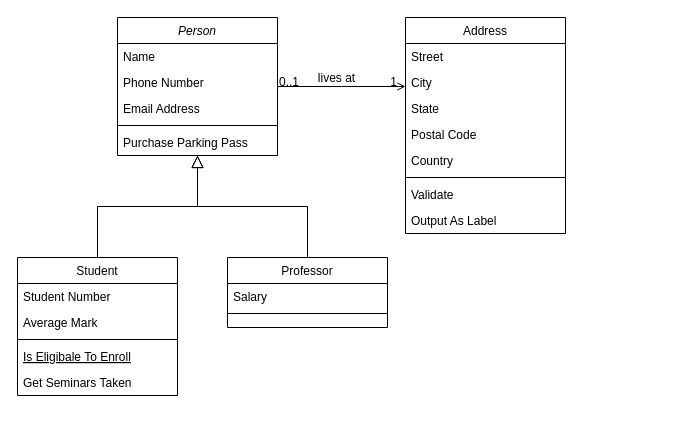
Earlier version of the draw.io diagram KlassediagramSystemutvikling.drawio (Beornus/Systemutvikling). Source tidied: cells renumbered, new cells numbered last; positions are measured from the earlier drawing's top-left corner, leaving out a move shared by most shapes. Both pictures are drawn from the tidied source at 100%, with x=0, y=0 at pixel (17, 17).
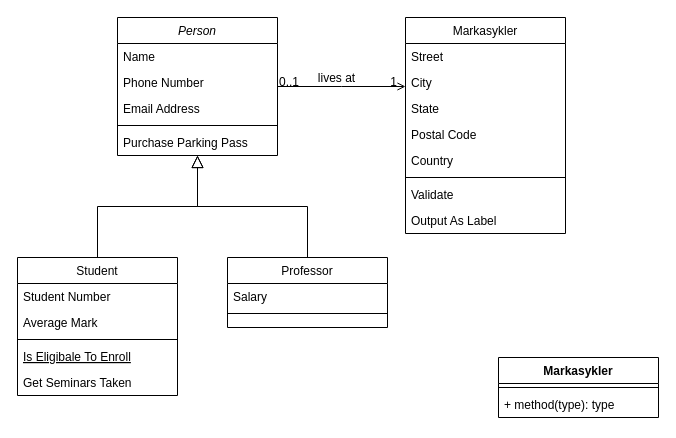
The same diagram, later.

What changed in the source:
```diff
@@
-    <mxCell id="19" value="Address" style="swimlane;fontStyle=0;align=center;verticalAlign=top;horizontal=1;startSize=26;rounded=0;shadow=0;strokeWidth=1;" parent="1" vertex="1">
+    <mxCell id="19" value="Markasykler" style="swimlane;fontStyle=0;align=center;verticalAlign=top;horizontal=1;startSize=26;rounded=0;shadow=0;strokeWidth=1;" parent="1" vertex="1">
       <mxGeometry x="388" width="160" height="216" as="geometry" />
     </mxCell>
@@
+    <mxCell id="32" value="Markasykler" style="swimlane;fontStyle=1;align=center;verticalAlign=top;horizontal=1;startSize=26;" parent="1" vertex="1">
+      <mxGeometry x="481" y="340" width="160" height="60" as="geometry" />
+    </mxCell>
+    <mxCell id="33" style="line;strokeWidth=1;fillColor=none;align=left;verticalAlign=middle;spacingTop=-1;spacingLeft=3;spacingRight=3;labelPosition=right;" parent="32" vertex="1">
+      <mxGeometry y="26" width="160" height="8" as="geometry" />
+    </mxCell>
+    <mxCell id="34" value="+ method(type): type" style="text;strokeColor=none;fillColor=none;align=left;verticalAlign=top;spacingLeft=4;spacingRight=4;overflow=hidden;" parent="32" vertex="1">
+      <mxGeometry y="34" width="160" height="26" as="geometry" />
+    </mxCell>
```
